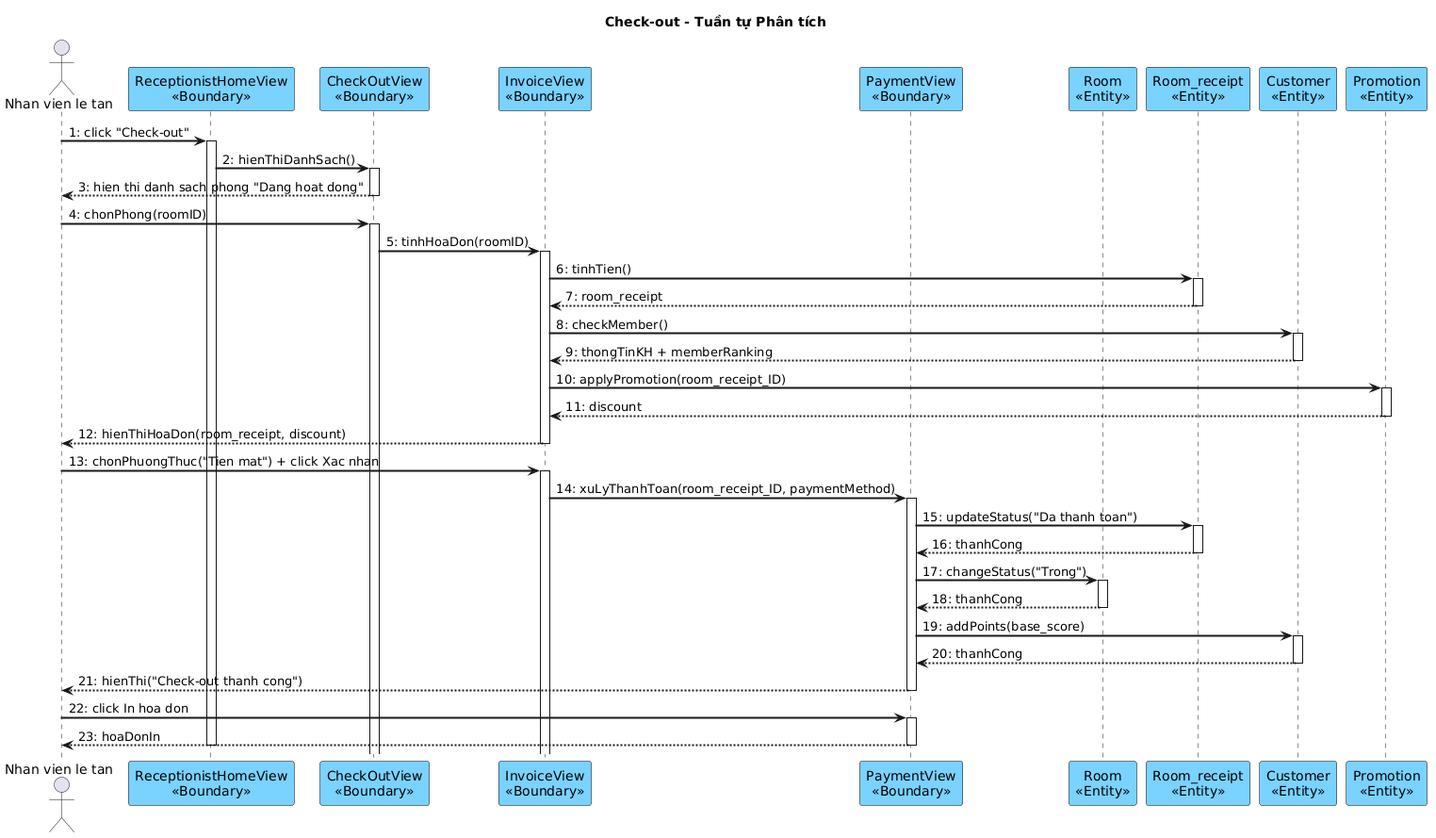
Above: output/diagrams/booking_aseq_checkout.png in thanhtrnnn/cnpm (PlantUML), before the change.
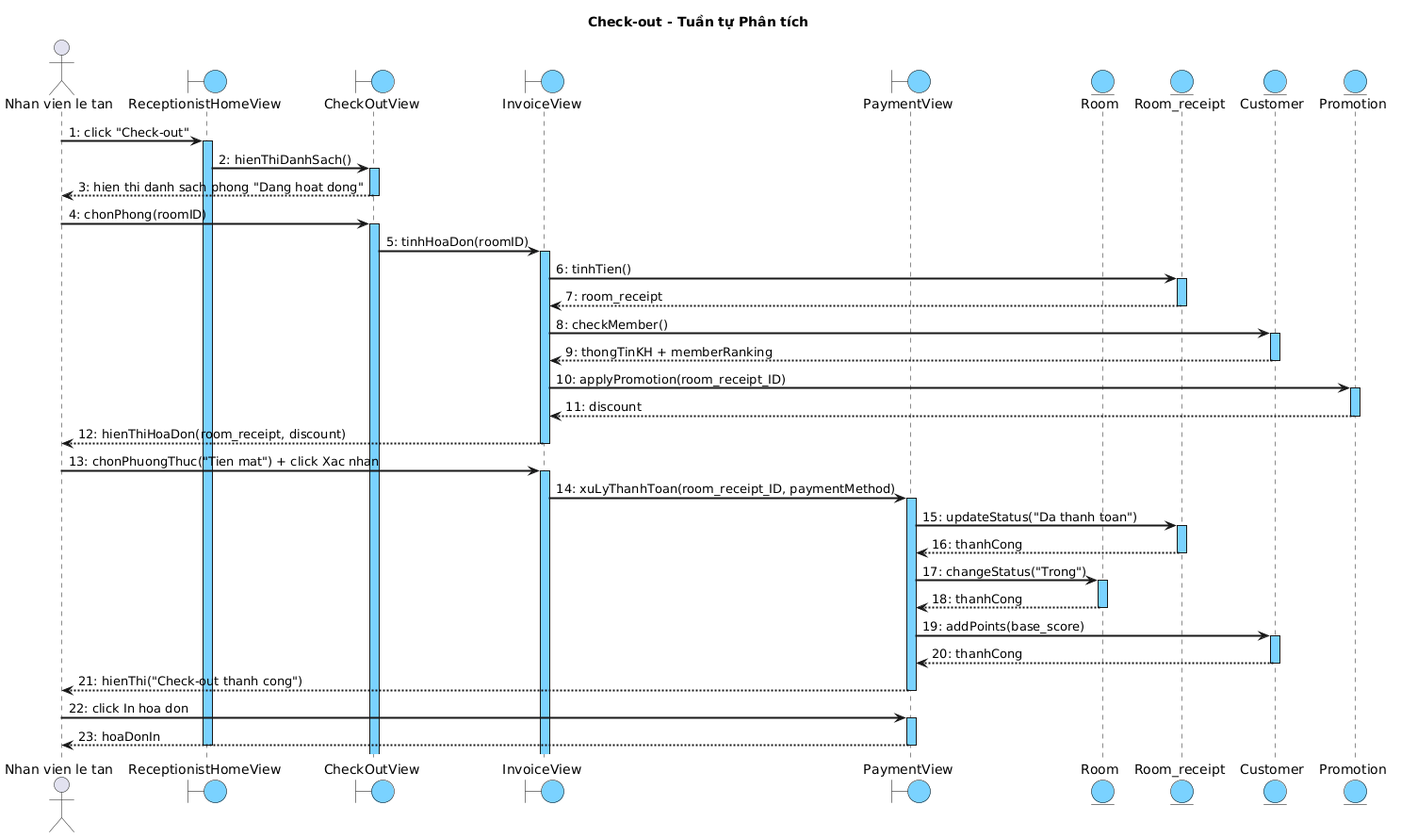
Above is the later version.

Commit message:
fix: sequence diagrams - blue activation bars + boundary/entity circle symbols

The edit, as a diff of the source:
```diff
@@ -2,6 +2,7 @@
 skinparam shadowing false
 skinparam SequenceMessageAlign left
 skinparam SequenceArrowThickness 2
+skinparam SequenceLifeLineBackgroundColor #7AD2FF
 skinparam ParticipantBackgroundColor #7AD2FF
 skinparam ParticipantBorderColor black
 skinparam BoundaryBackgroundColor #7AD2FF
@@ -12,14 +13,14 @@
 title Check-out - Tuần tự Phân tích
 
 actor "Nhan vien le tan" as NV
-participant "ReceptionistHomeView\n<<Boundary>>" as Home
-participant "CheckOutView\n<<Boundary>>" as COV
-participant "InvoiceView\n<<Boundary>>" as IV
-participant "PaymentView\n<<Boundary>>" as PV
-participant "Room\n<<Entity>>" as Room
-participant "Room_receipt\n<<Entity>>" as RR
-participant "Customer\n<<Entity>>" as Cust
-participant "Promotion\n<<Entity>>" as Promo
+boundary "ReceptionistHomeView" as Home
+boundary "CheckOutView" as COV
+boundary "InvoiceView" as IV
+boundary "PaymentView" as PV
+entity "Room" as Room
+entity "Room_receipt" as RR
+entity "Customer" as Cust
+entity "Promotion" as Promo
 
 NV -> Home : 1: click "Check-out"
 activate Home
```
